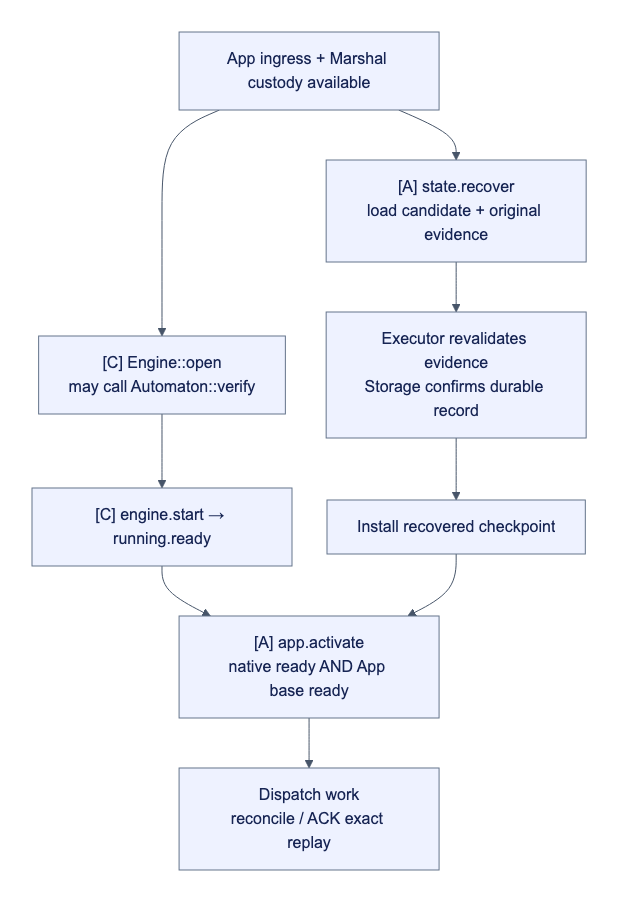
The Mermaid diagram docs/assets/diagrams/diagram-42.png in djm07073/baton, before a commit. Its source is kept beside it as docs/assets/diagrams/diagram-42.mmd.
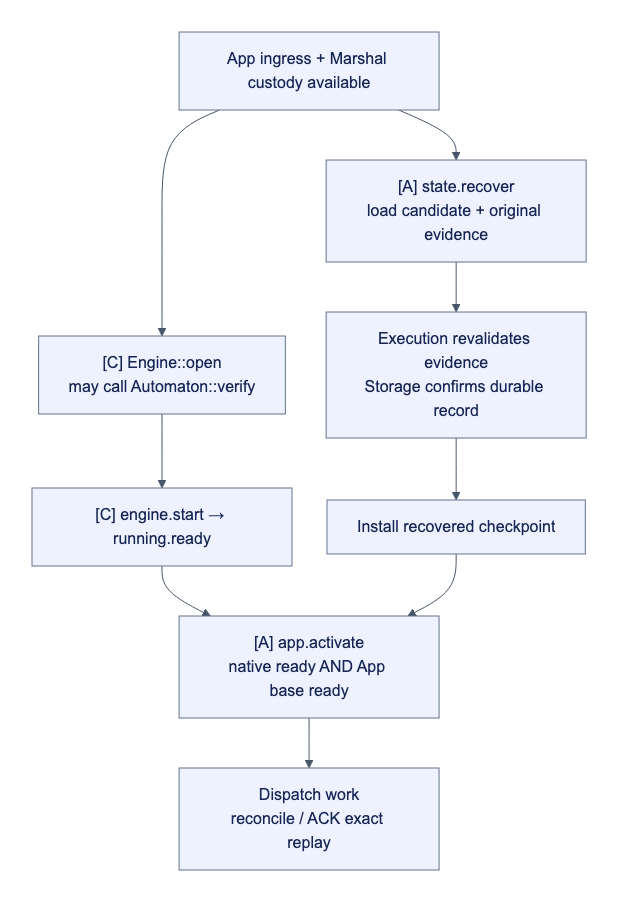
After the change.

Diff of the diagram source:
```diff
@@ -2,7 +2,7 @@
     S["App ingress + Marshal custody available"] --> N["[C] Engine::open<br/>may call Automaton::verify"]
     N --> R["[C] engine.start → running.ready"]
     S --> C["[A] state.recover<br/>load candidate + original evidence"]
-    C --> V["Executor revalidates evidence<br/>Storage confirms durable record"]
+    C --> V["Execution revalidates evidence<br/>Storage confirms durable record"]
     V --> A["Install recovered checkpoint"]
     R --> G["[A] app.activate<br/>native ready AND App base ready"]
     A --> G
```
